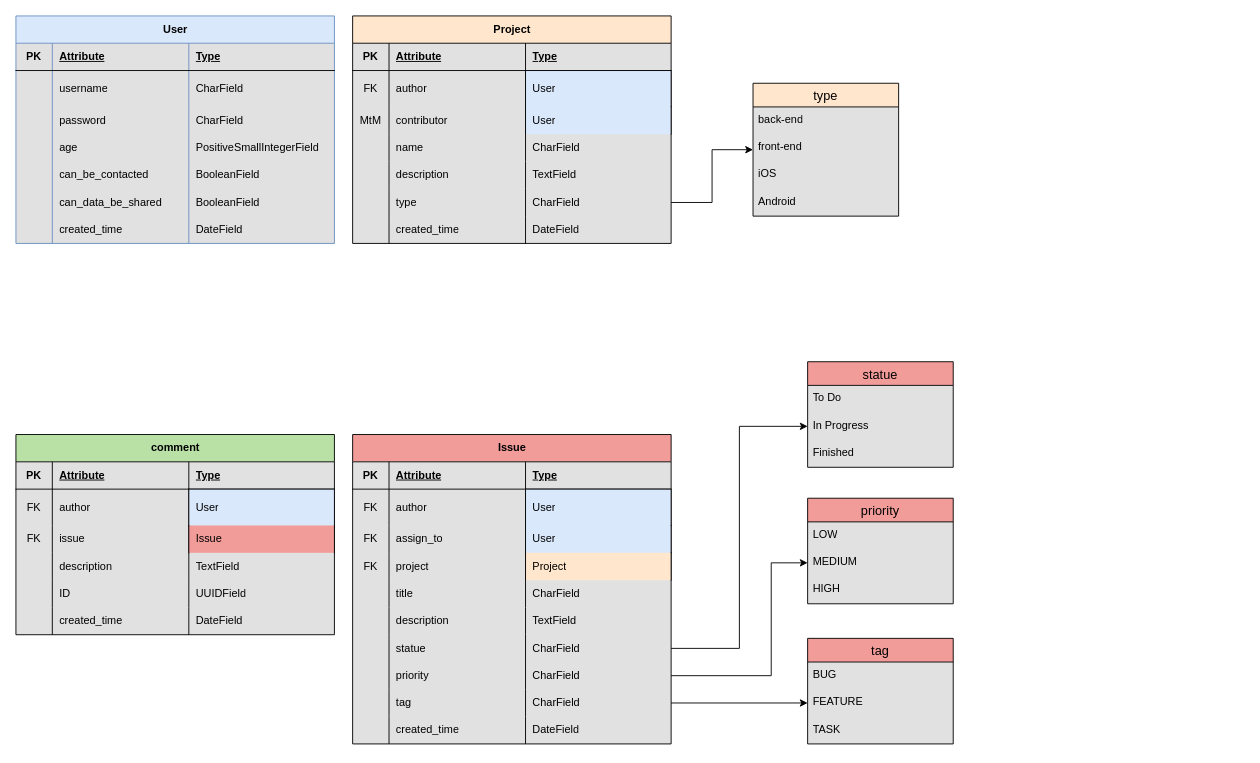
Above: page "Model" (1 of 2) of SoftDesk_Support/Doc/P10_model.drawio in CuteSlime/P10_Creez_une_API_securisee_RESTful_en_utilisant_Django_REST (draw.io), before the change. Source tidied: cells renumbered, new cells numbered last; positions are measured from the earlier drawing's top-left corner, leaving out a move shared by most shapes. Both pictures are drawn from the tidied source at 91%, with x=0, y=0 at pixel (15, 15).
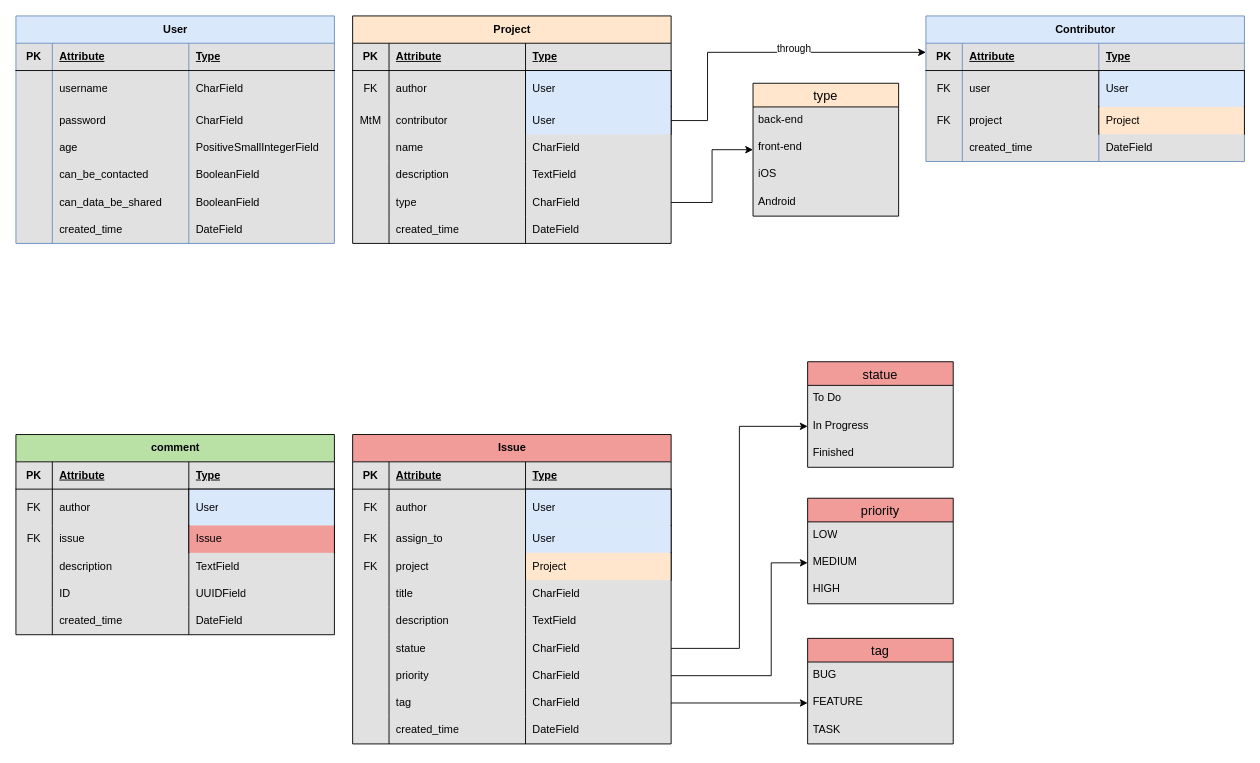
Above is the later version.

The change refers to these unchanged cells:
```xml
<mxCell id="40" style="shape=tableRow;horizontal=0;startSize=0;swimlaneHead=0;swimlaneBody=0;fillColor=none;points=[[0,0.5],[1,0.5]];portConstraint=eastwest;top=0;left=0;right=0;bottom=0;" parent="31" vertex="1">
  <mxGeometry y="100" width="350" height="30" as="geometry" />
</mxCell>
```

Diff of the diagram source:
```diff
@@
+    <mxCell id="147" value="Contributor" style="shape=table;startSize=30;childLayout=tableLayout;rowLines=0;fontStyle=1;align=center;html=1;fillColor=#dae8fc;strokeColor=#6c8ebf;swimlaneFillColor=#E1E1E1;" parent="1" vertex="1">
+      <mxGeometry x="1000" width="350" height="160" as="geometry" />
+    </mxCell>
+    <mxCell id="148" style="shape=tableRow;horizontal=0;startSize=0;swimlaneHead=0;swimlaneBody=0;fillColor=none;top=0;left=0;right=0;bottom=1;" parent="147" vertex="1">
+      <mxGeometry y="30" width="350" height="30" as="geometry" />
+    </mxCell>
+    <mxCell id="149" value="PK" style="shape=partialRectangle;fillColor=none;top=0;left=0;bottom=0;right=0;fontStyle=1;overflow=hidden;whiteSpace=wrap;html=1;" parent="148" vertex="1">
+      <mxGeometry width="40" height="30" as="geometry" />
+    </mxCell>
+    <mxCell id="150" value="Attribute" style="shape=partialRectangle;fillColor=none;top=0;left=0;bottom=0;right=0;align=left;spacingLeft=6;fontStyle=5;overflow=hidden;whiteSpace=wrap;html=1;" parent="148" vertex="1">
+      <mxGeometry x="40" width="150" height="30" as="geometry" />
+    </mxCell>
+    <mxCell id="151" value="Type" style="shape=partialRectangle;fillColor=none;top=0;left=0;bottom=0;right=0;align=left;spacingLeft=6;fontStyle=5;overflow=hidden;whiteSpace=wrap;html=1;strokeColor=default;" parent="148" vertex="1">
+      <mxGeometry x="190" width="160" height="30" as="geometry" />
+    </mxCell>
+    <mxCell id="152" style="shape=tableRow;horizontal=0;startSize=0;swimlaneHead=0;swimlaneBody=0;fillColor=none;top=0;left=0;right=0;bottom=0;" parent="147" vertex="1">
+      <mxGeometry y="60" width="350" height="40" as="geometry" />
+    </mxCell>
+    <mxCell id="153" value="FK" style="shape=partialRectangle;fillColor=none;top=0;left=0;bottom=0;right=0;overflow=hidden;whiteSpace=wrap;html=1;" parent="152" vertex="1">
+      <mxGeometry width="40" height="40" as="geometry" />
+    </mxCell>
+    <mxCell id="154" value="user" style="shape=partialRectangle;fillColor=none;top=0;left=0;bottom=0;right=0;align=left;spacingLeft=6;overflow=hidden;whiteSpace=wrap;html=1;" parent="152" vertex="1">
+      <mxGeometry x="40" width="150" height="40" as="geometry" />
+    </mxCell>
+    <mxCell id="155" value="User" style="shape=partialRectangle;fillColor=#dae8fc;top=1;left=1;bottom=0;right=1;align=left;spacingLeft=6;overflow=hidden;whiteSpace=wrap;html=1;strokeColor=#000000;strokeWidth=1;fillStyle=auto;perimeterSpacing=0;" parent="152" vertex="1">
+      <mxGeometry x="190" width="160" height="40" as="geometry" />
+    </mxCell>
+    <mxCell id="156" style="shape=tableRow;horizontal=0;startSize=0;swimlaneHead=0;swimlaneBody=0;fillColor=none;top=0;left=0;right=0;bottom=0;" parent="147" vertex="1">
+      <mxGeometry y="100" width="350" height="30" as="geometry" />
+    </mxCell>
+    <mxCell id="157" value="FK" style="shape=partialRectangle;fillColor=none;top=0;left=0;bottom=0;right=0;overflow=hidden;whiteSpace=wrap;html=1;" parent="156" vertex="1">
+      <mxGeometry width="40" height="30" as="geometry" />
+    </mxCell>
+    <mxCell id="158" value="project" style="shape=partialRectangle;fillColor=none;top=0;left=0;bottom=0;right=0;align=left;spacingLeft=6;overflow=hidden;whiteSpace=wrap;html=1;" parent="156" vertex="1">
+      <mxGeometry x="40" width="150" height="30" as="geometry" />
+    </mxCell>
+    <mxCell id="159" value="Project" style="shape=partialRectangle;fillColor=#FFE6CC;top=0;left=1;bottom=0;right=1;align=left;spacingLeft=6;overflow=hidden;whiteSpace=wrap;html=1;strokeColor=#000000;" parent="156" vertex="1">
+      <mxGeometry x="190" width="160" height="30" as="geometry" />
+    </mxCell>
+    <mxCell id="160" style="shape=tableRow;horizontal=0;startSize=0;swimlaneHead=0;swimlaneBody=0;fillColor=none;top=0;left=0;right=0;bottom=0;" parent="147" vertex="1">
+      <mxGeometry y="130" width="350" height="30" as="geometry" />
+    </mxCell>
+    <mxCell id="161" style="shape=partialRectangle;fillColor=none;top=0;left=0;bottom=0;right=0;overflow=hidden;whiteSpace=wrap;html=1;" parent="160" vertex="1">
+      <mxGeometry width="40" height="30" as="geometry" />
+    </mxCell>
+    <mxCell id="162" value="created_time" style="shape=partialRectangle;fillColor=none;top=0;left=0;bottom=0;right=0;align=left;spacingLeft=6;overflow=hidden;whiteSpace=wrap;html=1;" parent="160" vertex="1">
+      <mxGeometry x="40" width="150" height="30" as="geometry" />
+    </mxCell>
+    <mxCell id="163" value="DateField" style="shape=partialRectangle;fillColor=none;top=0;left=0;bottom=0;right=0;align=left;spacingLeft=6;overflow=hidden;whiteSpace=wrap;html=1;" parent="160" vertex="1">
+      <mxGeometry x="190" width="160" height="30" as="geometry" />
+    </mxCell>
+    <mxCell id="164" style="edgeStyle=orthogonalEdgeStyle;rounded=0;jettySize=auto;html=1;exitX=1;exitY=0.5;exitDx=0;exitDy=0;entryX=0;entryY=0.25;entryDx=0;entryDy=0;" parent="1" edge="1" source="40" target="147">
+      <mxGeometry relative="1" as="geometry">
+        <Array as="points">
+          <mxPoint x="760" y="115" />
+          <mxPoint x="760" y="40" />
+        </Array>
+      </mxGeometry>
+    </mxCell>
+    <mxCell id="165" value="through" style="edgeLabel;html=1;align=center;verticalAlign=middle;" parent="164" vertex="1">
+      <mxGeometry x="0.18" y="5" relative="1" as="geometry" />
+    </mxCell>
```
